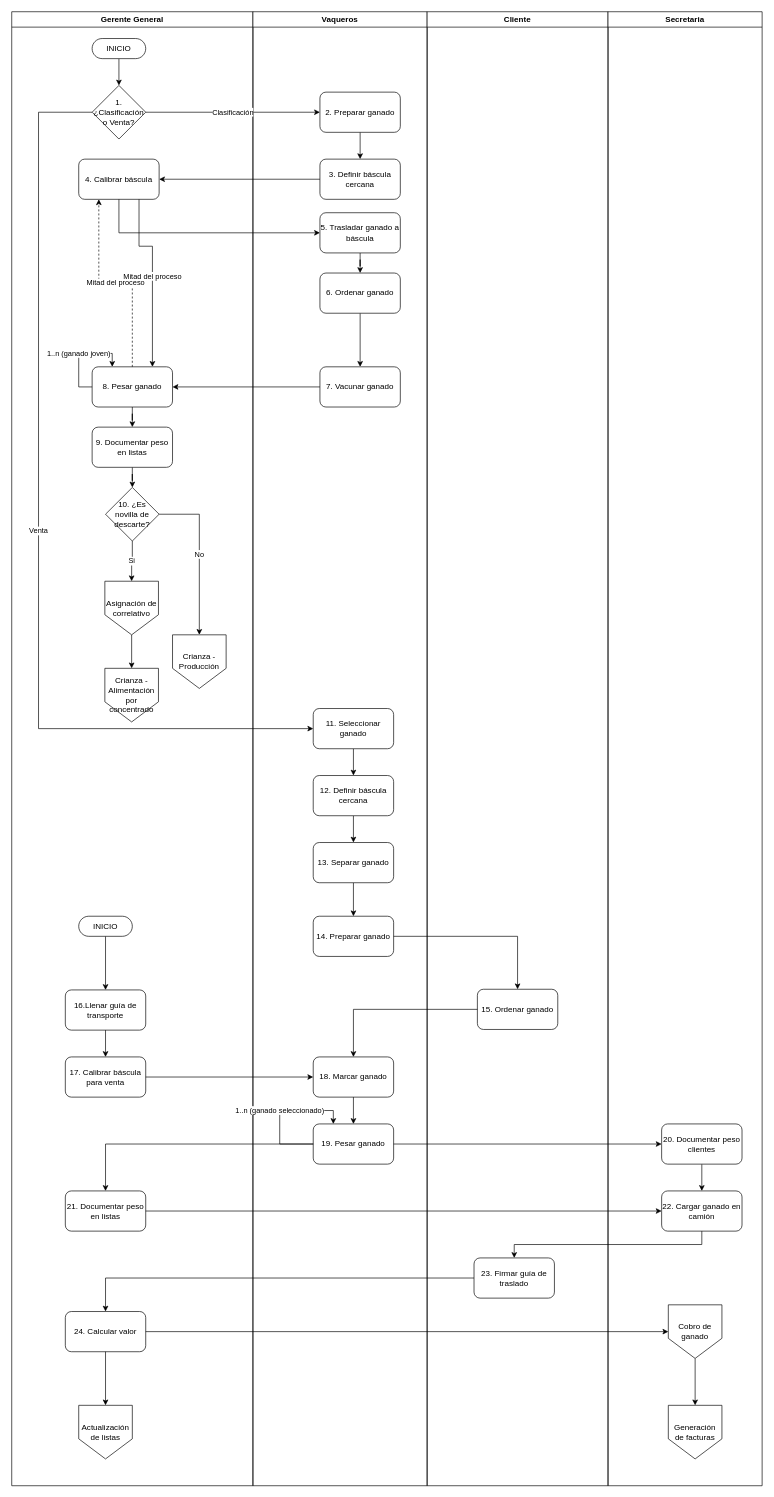
Above: page "PR-FN-00013 - Peso de ganado" (3 of 4) of FSJB.drawio in prtigofn/Dev2.0 (draw.io), before the change. Source tidied: cells renumbered, new cells numbered last; positions are measured from the earlier drawing's top-left corner, leaving out a move shared by most shapes. Both pictures are drawn from the tidied source at 67%, with x=0, y=0 at pixel (11, 11).
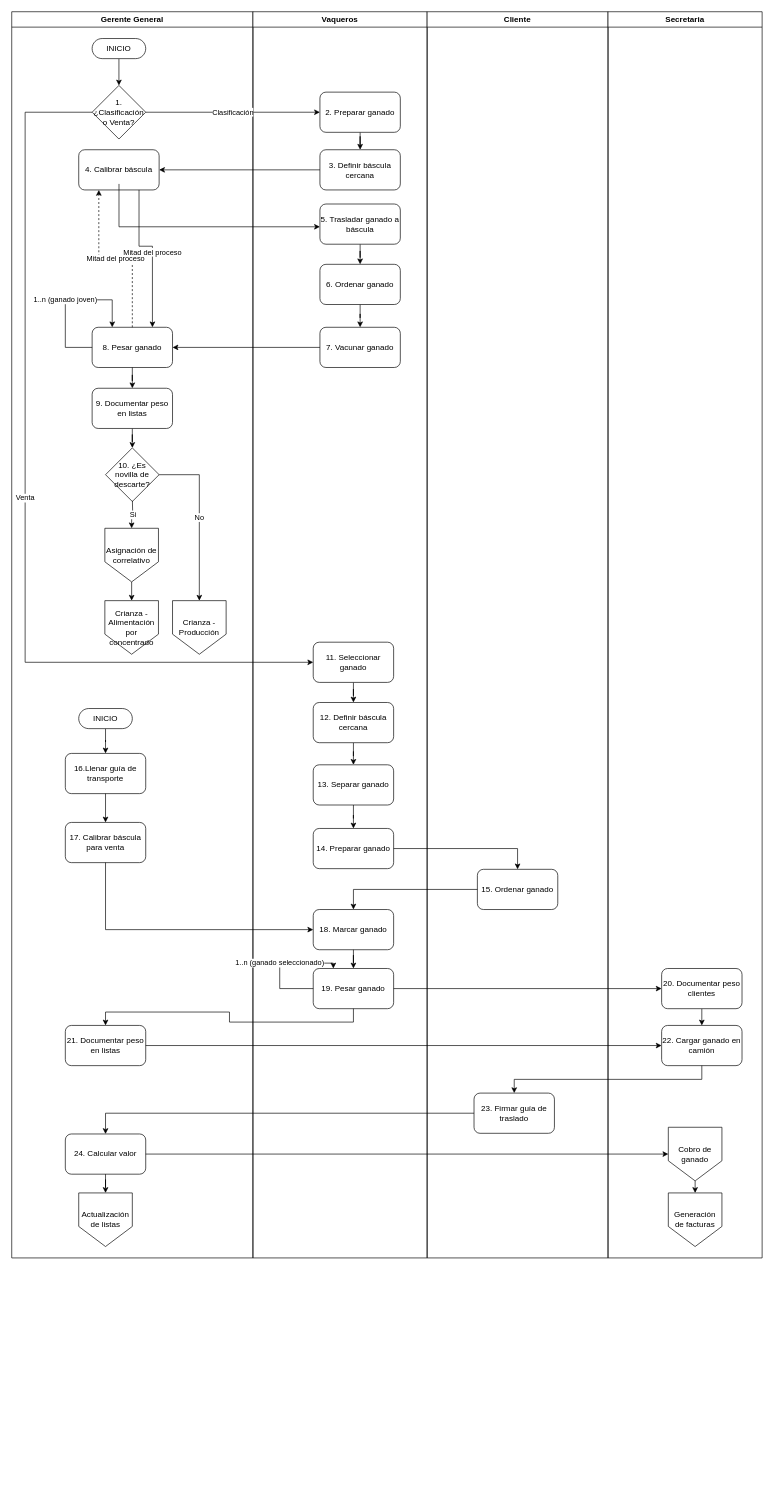
After the change.

Unchanged cells that the change refers to:
```xml
<mxCell id="5" value="1.¿Clasificación o Venta?" style="rhombus;whiteSpace=wrap;html=1;dashed=0;" parent="2" vertex="1">
  <mxGeometry x="120" y="110" width="80" height="80" as="geometry" />
</mxCell>
```

The edit, as a diff of the source:
```diff
@@
     <mxCell id="2" value="Gerente General" style="swimlane;whiteSpace=wrap;html=1;" parent="1" vertex="1">
-      <mxGeometry width="360" height="2200" as="geometry" />
+      <mxGeometry width="360" height="1860" as="geometry" />
     </mxCell>
@@
     <mxCell id="7" value="Crianza - Alimentación por concentrado" style="shape=offPageConnector;whiteSpace=wrap;html=1;" parent="2" vertex="1">
-      <mxGeometry x="139" y="980" width="80" height="80" as="geometry" />
+      <mxGeometry x="139" y="879" width="80" height="80" as="geometry" />
     </mxCell>
@@
     <mxCell id="9" value="9. Documentar peso en listas" style="rounded=1;whiteSpace=wrap;html=1;" parent="2" vertex="1">
-      <mxGeometry x="120" y="620" width="120" height="60" as="geometry" />
+      <mxGeometry x="120" y="562" width="120" height="60" as="geometry" />
     </mxCell>
@@
     <mxCell id="11" value="10. ¿Es novilla de descarte?" style="rhombus;whiteSpace=wrap;html=1;rounded=0;" parent="2" vertex="1">
-      <mxGeometry x="140" y="710" width="80" height="80" as="geometry" />
+      <mxGeometry x="140" y="651" width="80" height="80" as="geometry" />
     </mxCell>
     <mxCell id="12" value="Crianza - Producción" style="shape=offPageConnector;whiteSpace=wrap;html=1;" parent="2" vertex="1">
-      <mxGeometry x="240" y="930" width="80" height="80" as="geometry" />
+      <mxGeometry x="240" y="879" width="80" height="80" as="geometry" />
     </mxCell>
-    <mxCell id="13" value="Si" style="edgeStyle=orthogonalEdgeStyle;rounded=0;jettySize=auto;html=1;entryX=0.5;entryY=0;entryDx=0;entryDy=0;" parent="2" edge="1" source="11" target="18">
-      <mxGeometry relative="1" as="geometry" />
+    <mxCell id="13" value="Si" style="edgeStyle=orthogonalEdgeStyle;rounded=0;jettySize=auto;html=1;entryX=0.5;entryY=0;entryDx=0;entryDy=0;" parent="2" edge="1" target="18">
+      <mxGeometry relative="1" as="geometry">
+        <mxPoint x="180.1" y="729.9" as="sourcePoint" />
+      </mxGeometry>
     </mxCell>
     <mxCell id="14" value="16.Llenar guía de transporte" style="rounded=1;whiteSpace=wrap;html=1;" parent="2" vertex="1">
-      <mxGeometry x="80" y="1460" width="120" height="60" as="geometry" />
+      <mxGeometry x="80" y="1107" width="120" height="60" as="geometry" />
     </mxCell>
     <mxCell id="15" value="17. Calibrar báscula para venta" style="rounded=1;whiteSpace=wrap;html=1;" parent="2" vertex="1">
-      <mxGeometry x="80" y="1560" width="120" height="60" as="geometry" />
+      <mxGeometry x="80" y="1210" width="120" height="60" as="geometry" />
     </mxCell>
@@
     <mxCell id="17" value="Actualización de listas" style="shape=offPageConnector;whiteSpace=wrap;html=1;" parent="2" vertex="1">
-      <mxGeometry x="100" y="2080" width="80" height="80" as="geometry" />
+      <mxGeometry x="100" y="1763" width="80" height="80" as="geometry" />
     </mxCell>
     <mxCell id="18" value="Asignación de correlativo" style="shape=offPageConnector;whiteSpace=wrap;html=1;" parent="2" vertex="1">
-      <mxGeometry x="139" y="850" width="80" height="80" as="geometry" />
+      <mxGeometry x="139" y="771" width="80" height="80" as="geometry" />
     </mxCell>
     <mxCell id="19" value="21. Documentar peso en listas" style="rounded=1;whiteSpace=wrap;html=1;" parent="2" vertex="1">
-      <mxGeometry x="80" y="1760" width="120" height="60" as="geometry" />
+      <mxGeometry x="80" y="1513" width="120" height="60" as="geometry" />
     </mxCell>
@@
     <mxCell id="21" value="INICIO" style="html=1;dashed=0;whiteSpace=wrap;shape=mxgraph.dfd.start;" parent="2" vertex="1">
-      <mxGeometry x="100" y="1350" width="80" height="30" as="geometry" />
+      <mxGeometry x="100" y="1040" width="80" height="30" as="geometry" />
     </mxCell>
     <mxCell id="22" value="Vaqueros" style="swimlane;whiteSpace=wrap;html=1;" parent="1" vertex="1">
-      <mxGeometry x="360" width="260" height="2200" as="geometry" />
+      <mxGeometry x="360" width="260" height="1860" as="geometry" />
     </mxCell>
@@
     <mxCell id="26" value="4. Calibrar báscula" style="rounded=1;whiteSpace=wrap;html=1;" parent="22" vertex="1">
-      <mxGeometry x="-260" y="220" width="120" height="60" as="geometry" />
+      <mxGeometry x="-260" y="206" width="120" height="60" as="geometry" />
     </mxCell>
-    <mxCell id="27" style="edgeStyle=orthogonalEdgeStyle;rounded=0;jettySize=auto;html=1;" parent="22" edge="1" source="26" target="31">
+    <mxCell id="27" style="edgeStyle=orthogonalEdgeStyle;rounded=0;orthogonalLoop=1;jettySize=auto;html=1;" parent="22" edge="1">
       <mxGeometry relative="1" as="geometry">
+        <mxPoint x="-199.9" y="257" as="sourcePoint" />
+        <mxPoint x="100" y="321" as="targetPoint" />
         <Array as="points">
-          <mxPoint x="-200" y="330" />
+          <mxPoint x="-200" y="321" />
         </Array>
       </mxGeometry>
     </mxCell>
     <mxCell id="28" value="3. Definir báscula cercana" style="rounded=1;whiteSpace=wrap;html=1;" parent="22" vertex="1">
-      <mxGeometry x="100" y="220" width="120" height="60" as="geometry" />
+      <mxGeometry x="100" y="206" width="120" height="60" as="geometry" />
     </mxCell>
@@
     <mxCell id="31" value="5.&amp;nbsp;&lt;span style=&quot;background-color: initial;&quot;&gt;Trasladar ganado a báscula&lt;/span&gt;" style="rounded=1;whiteSpace=wrap;html=1;" parent="22" vertex="1">
-      <mxGeometry x="100" y="300" width="120" height="60" as="geometry" />
+      <mxGeometry x="100" y="287" width="120" height="60" as="geometry" />
     </mxCell>
     <mxCell id="32" value="6. Ordenar ganado" style="rounded=1;whiteSpace=wrap;html=1;" parent="22" vertex="1">
-      <mxGeometry x="100" y="390" width="120" height="60" as="geometry" />
+      <mxGeometry x="100" y="377" width="120" height="60" as="geometry" />
     </mxCell>
     <mxCell id="33" value="8. Pesar ganado" style="rounded=1;whiteSpace=wrap;html=1;" parent="22" vertex="1">
-      <mxGeometry x="-240" y="530" width="120" height="60" as="geometry" />
+      <mxGeometry x="-240" y="471" width="120" height="60" as="geometry" />
     </mxCell>
     <mxCell id="34" value="1..n (ganado joven)" style="edgeStyle=orthogonalEdgeStyle;rounded=0;orthogonalLoop=1;jettySize=auto;html=1;exitX=0;exitY=0.5;exitDx=0;exitDy=0;entryX=0.25;entryY=0;entryDx=0;entryDy=0;" parent="22" edge="1" source="33" target="33">
       <mxGeometry relative="1" as="geometry">
         <Array as="points">
-          <mxPoint x="-260" y="560" />
-          <mxPoint x="-260" y="510" />
-          <mxPoint x="-210" y="510" />
+          <mxPoint x="-280" y="501" />
+          <mxPoint x="-280" y="430" />
+          <mxPoint x="-210" y="430" />
         </Array>
       </mxGeometry>
     </mxCell>
     <mxCell id="35" value="7. Vacunar ganado" style="rounded=1;whiteSpace=wrap;html=1;" parent="22" vertex="1">
-      <mxGeometry x="100" y="530" width="120" height="60" as="geometry" />
+      <mxGeometry x="100" y="471" width="120" height="60" as="geometry" />
     </mxCell>
@@
     <mxCell id="38" value="11. Seleccionar ganado" style="rounded=1;whiteSpace=wrap;html=1;" parent="22" vertex="1">
-      <mxGeometry x="90" y="1040" width="120" height="60" as="geometry" />
+      <mxGeometry x="90" y="941" width="120" height="60" as="geometry" />
     </mxCell>
@@
     <mxCell id="40" value="12. Definir báscula cercana" style="rounded=1;whiteSpace=wrap;html=1;" parent="22" vertex="1">
-      <mxGeometry x="90" y="1140" width="120" height="60" as="geometry" />
+      <mxGeometry x="90" y="1031" width="120" height="60" as="geometry" />
     </mxCell>
@@
     <mxCell id="42" value="13. Separar ganado" style="rounded=1;whiteSpace=wrap;html=1;" parent="22" vertex="1">
-      <mxGeometry x="90" y="1240" width="120" height="60" as="geometry" />
+      <mxGeometry x="90" y="1124" width="120" height="60" as="geometry" />
     </mxCell>
     <mxCell id="43" value="14. Preparar ganado" style="rounded=1;whiteSpace=wrap;html=1;" parent="22" vertex="1">
-      <mxGeometry x="90" y="1350" width="120" height="60" as="geometry" />
+      <mxGeometry x="90" y="1219" width="120" height="60" as="geometry" />
     </mxCell>
     <mxCell id="44" value="18. Marcar ganado" style="rounded=1;whiteSpace=wrap;html=1;" parent="22" vertex="1">
-      <mxGeometry x="90" y="1560" width="120" height="60" as="geometry" />
+      <mxGeometry x="90" y="1340" width="120" height="60" as="geometry" />
     </mxCell>
@@
     <mxCell id="47" value="Cliente" style="swimlane;whiteSpace=wrap;html=1;" parent="1" vertex="1">
-      <mxGeometry x="620" width="270" height="2200" as="geometry" />
+      <mxGeometry x="620" width="270" height="1860" as="geometry" />
     </mxCell>
     <mxCell id="48" value="15. Ordenar ganado" style="rounded=1;whiteSpace=wrap;html=1;" parent="47" vertex="1">
-      <mxGeometry x="75" y="1459" width="120" height="60" as="geometry" />
+      <mxGeometry x="75" y="1280" width="120" height="60" as="geometry" />
     </mxCell>
     <mxCell id="49" value="24. Calcular valor" style="rounded=1;whiteSpace=wrap;html=1;" parent="47" vertex="1">
-      <mxGeometry x="-540" y="1940" width="120" height="60" as="geometry" />
+      <mxGeometry x="-540" y="1675" width="120" height="60" as="geometry" />
     </mxCell>
     <mxCell id="50" value="23. Firmar guía de traslado" style="rounded=1;whiteSpace=wrap;html=1;" parent="47" vertex="1">
-      <mxGeometry x="70" y="1860" width="120" height="60" as="geometry" />
+      <mxGeometry x="70" y="1614" width="120" height="60" as="geometry" />
     </mxCell>
@@
     <mxCell id="52" value="Secretaria" style="swimlane;whiteSpace=wrap;html=1;" parent="1" vertex="1">
-      <mxGeometry x="890" width="230" height="2200" as="geometry" />
+      <mxGeometry x="890" width="230" height="1860" as="geometry" />
     </mxCell>
@@
     <mxCell id="54" value="19. Pesar ganado" style="rounded=1;whiteSpace=wrap;html=1;" parent="52" vertex="1">
-      <mxGeometry x="-440" y="1660" width="120" height="60" as="geometry" />
+      <mxGeometry x="-440" y="1428" width="120" height="60" as="geometry" />
     </mxCell>
     <mxCell id="55" value="20. Documentar peso clientes" style="rounded=1;whiteSpace=wrap;html=1;" parent="52" vertex="1">
-      <mxGeometry x="80" y="1660" width="120" height="60" as="geometry" />
+      <mxGeometry x="80" y="1428" width="120" height="60" as="geometry" />
     </mxCell>
@@
     <mxCell id="57" value="22. Cargar ganado en camión" style="rounded=1;whiteSpace=wrap;html=1;" parent="52" vertex="1">
-      <mxGeometry x="80" y="1760" width="120" height="60" as="geometry" />
+      <mxGeometry x="80" y="1513" width="120" height="60" as="geometry" />
     </mxCell>
     <mxCell id="58" value="Generación de facturas" style="shape=offPageConnector;whiteSpace=wrap;html=1;" parent="52" vertex="1">
-      <mxGeometry x="90" y="2080" width="80" height="80" as="geometry" />
+      <mxGeometry x="90" y="1763" width="80" height="80" as="geometry" />
     </mxCell>
@@
     <mxCell id="60" value="Cobro de ganado" style="shape=offPageConnector;whiteSpace=wrap;html=1;" parent="52" vertex="1">
-      <mxGeometry x="90" y="1930" width="80" height="80" as="geometry" />
+      <mxGeometry x="90" y="1665" width="80" height="80" as="geometry" />
     </mxCell>
     <mxCell id="61" value="1..n (ganado seleccionado)" style="edgeStyle=orthogonalEdgeStyle;rounded=0;orthogonalLoop=1;jettySize=auto;html=1;exitX=0;exitY=0.5;exitDx=0;exitDy=0;entryX=0.25;entryY=0;entryDx=0;entryDy=0;" parent="52" edge="1" source="54" target="54">
       <mxGeometry relative="1" as="geometry">
         <Array as="points">
-          <mxPoint x="-490" y="1690" />
-          <mxPoint x="-490" y="1640" />
-          <mxPoint x="-410" y="1640" />
+          <mxPoint x="-490" y="1458" />
+          <mxPoint x="-490" y="1420" />
+          <mxPoint x="-410" y="1420" />
         </Array>
       </mxGeometry>
     </mxCell>
@@
-    <mxCell id="64" value="Venta" style="edgeStyle=orthogonalEdgeStyle;rounded=0;jettySize=auto;html=1;exitX=0;exitY=0.5;exitDx=0;exitDy=0;entryX=0;entryY=0.5;entryDx=0;entryDy=0;" parent="1" edge="1" source="5" target="38">
-      <mxGeometry relative="1" as="geometry">
-        <Array as="points">
-          <mxPoint x="40" y="150" />
-          <mxPoint x="40" y="1070" />
-        </Array>
-      </mxGeometry>
-    </mxCell>
@@
-    <mxCell id="67" style="edgeStyle=orthogonalEdgeStyle;rounded=0;jettySize=auto;html=1;exitX=1;exitY=0.5;exitDx=0;exitDy=0;" parent="1" edge="1" source="15" target="44">
-      <mxGeometry relative="1" as="geometry" />
+    <mxCell id="67" style="edgeStyle=orthogonalEdgeStyle;rounded=0;jettySize=auto;html=1;exitX=0.5;exitY=1;exitDx=0;exitDy=0;entryX=0;entryY=0.5;entryDx=0;entryDy=0;" parent="1" edge="1" source="15" target="44">
+      <mxGeometry relative="1" as="geometry">
+        <Array as="points">
+          <mxPoint x="140" y="1370" />
+        </Array>
+      </mxGeometry>
     </mxCell>
@@
-    <mxCell id="72" style="edgeStyle=orthogonalEdgeStyle;rounded=0;jettySize=auto;html=1;" parent="1" edge="1" source="54" target="19">
+    <mxCell id="72" style="edgeStyle=orthogonalEdgeStyle;rounded=0;jettySize=auto;html=1;exitX=0.5;exitY=1;exitDx=0;exitDy=0;" parent="1" edge="1" source="54" target="19">
       <mxGeometry relative="1" as="geometry" />
     </mxCell>
@@
+    <mxCell id="64" value="Venta" style="edgeStyle=orthogonalEdgeStyle;rounded=0;jettySize=auto;html=1;exitX=0;exitY=0.5;exitDx=0;exitDy=0;entryX=0;entryY=0.5;entryDx=0;entryDy=0;" parent="1" edge="1" source="5" target="38">
+      <mxGeometry relative="1" as="geometry">
+        <Array as="points">
+          <mxPoint x="20" y="150" />
+          <mxPoint x="20" y="971" />
+        </Array>
+      </mxGeometry>
+    </mxCell>
```
